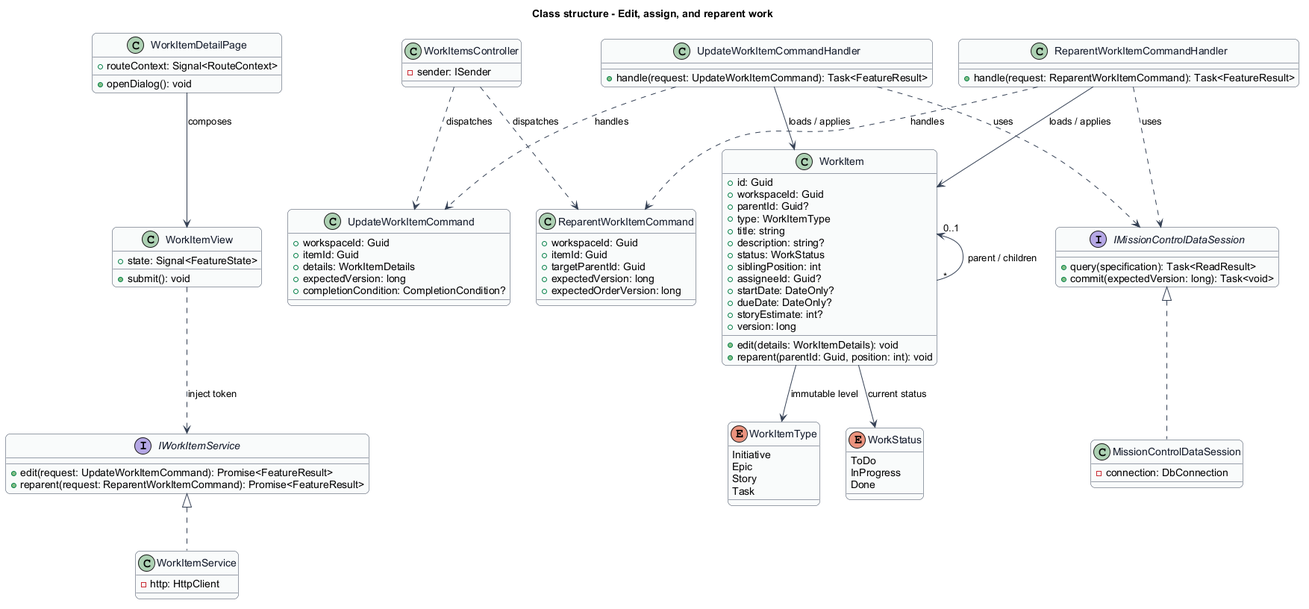
Before: docs/detailed-designs/work/edit-and-reparent-work/diagrams/class-structure.png, a diagram exported from PlantUML (QuinntyneBrown/mission-control).
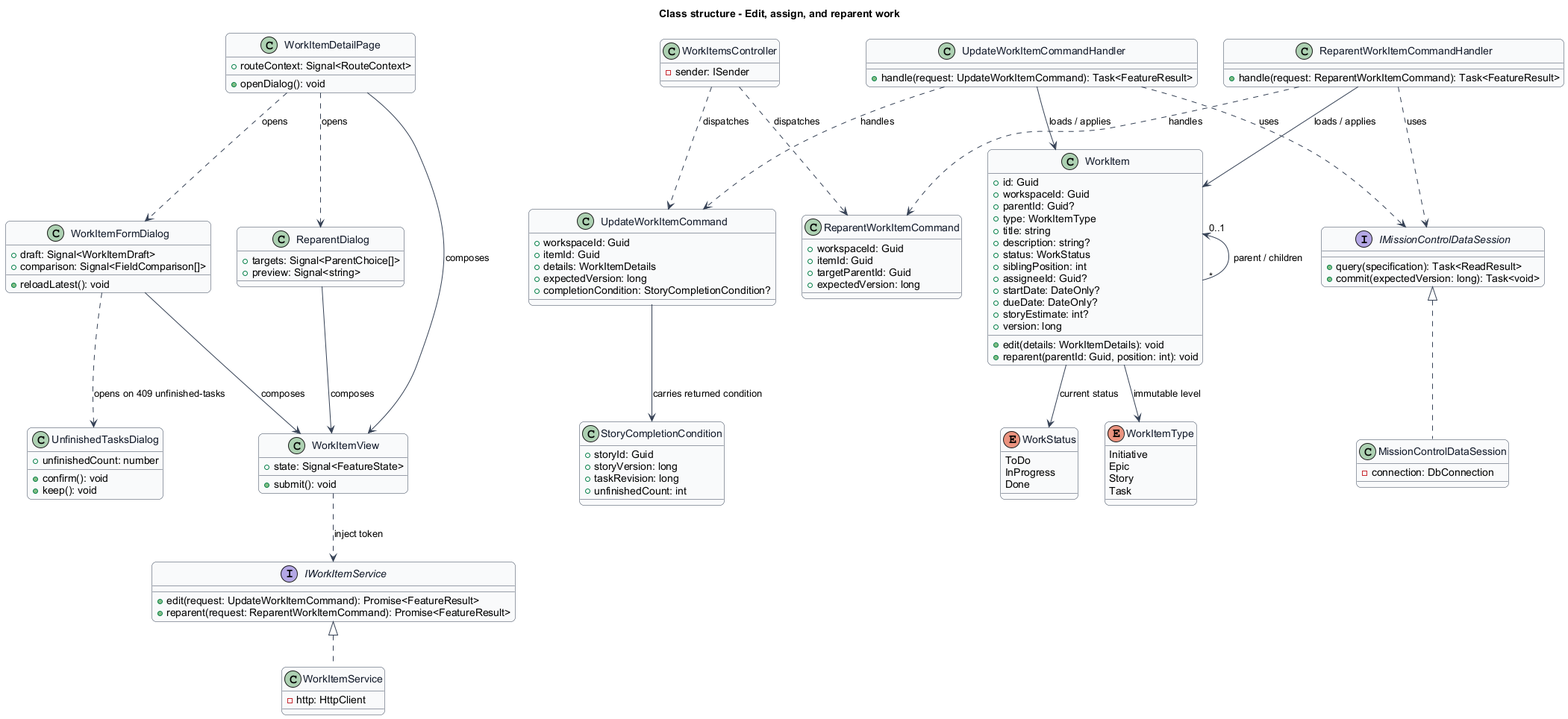
The same diagram one commit later.

What changed in the source:
```diff
@@ -22,6 +22,20 @@
 class WorkItemDetailPage {
   +routeContext: Signal<RouteContext>
   +openDialog(): void
+}
+class WorkItemFormDialog {
+  +draft: Signal<WorkItemDraft>
+  +comparison: Signal<FieldComparison[]>
+  +reloadLatest(): void
+}
+class ReparentDialog {
+  +targets: Signal<ParentChoice[]>
+  +preview: Signal<string>
+}
+class UnfinishedTasksDialog {
+  +unfinishedCount: number
+  +confirm(): void
+  +keep(): void
 }
 class WorkItemView {
   +state: Signal<FeatureState>
@@ -62,6 +76,11 @@
   -connection: DbConnection
 }
 WorkItemDetailPage --> WorkItemView : composes
+WorkItemFormDialog --> WorkItemView : composes
+ReparentDialog --> WorkItemView : composes
+WorkItemDetailPage ..> WorkItemFormDialog : opens
+WorkItemDetailPage ..> ReparentDialog : opens
+WorkItemFormDialog ..> UnfinishedTasksDialog : opens on 409 unfinished-tasks
 WorkItemView ..> IWorkItemService : inject token
 IWorkItemService <|.. WorkItemService
 IMissionControlDataSession <|.. MissionControlDataSession
@@ -70,7 +89,13 @@
   +itemId: Guid
   +details: WorkItemDetails
   +expectedVersion: long
-  +completionCondition: CompletionCondition?
+  +completionCondition: StoryCompletionCondition?
+}
+class StoryCompletionCondition {
+  +storyId: Guid
+  +storyVersion: long
+  +taskRevision: long
+  +unfinishedCount: int
 }
 class UpdateWorkItemCommandHandler {
   +handle(request: UpdateWorkItemCommand): Task<FeatureResult>
@@ -79,12 +104,12 @@
 UpdateWorkItemCommandHandler ..> UpdateWorkItemCommand : handles
 UpdateWorkItemCommandHandler --> WorkItem : loads / applies
 UpdateWorkItemCommandHandler ..> IMissionControlDataSession : uses
+UpdateWorkItemCommand --> StoryCompletionCondition : carries returned condition
 class ReparentWorkItemCommand {
   +workspaceId: Guid
   +itemId: Guid
   +targetParentId: Guid
   +expectedVersion: long
-  +expectedOrderVersion: long
 }
 class ReparentWorkItemCommandHandler {
   +handle(request: ReparentWorkItemCommand): Task<FeatureResult>
```
